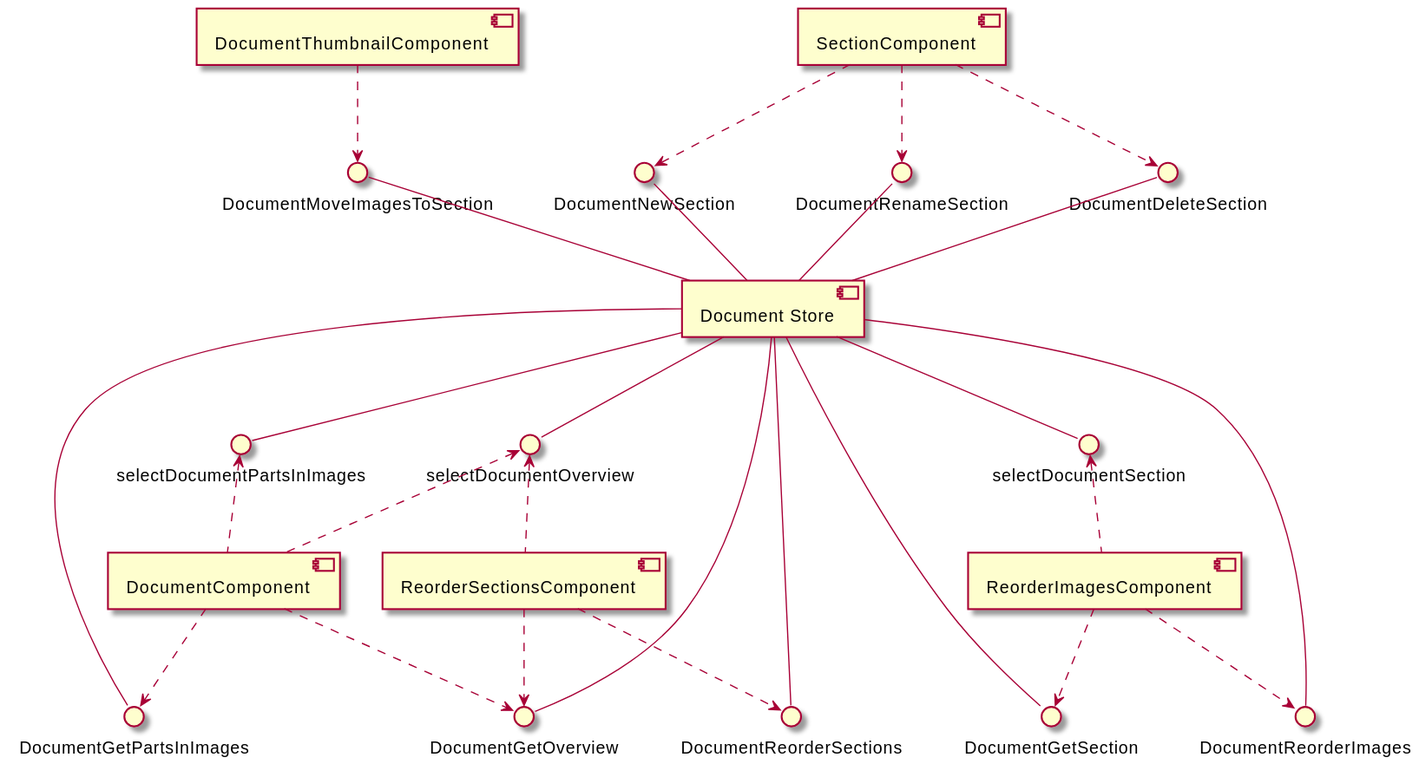
Above: documentation/out/puml/angular/document_store_component.svg in HISPAMUS/muret (PlantUML), before the change.
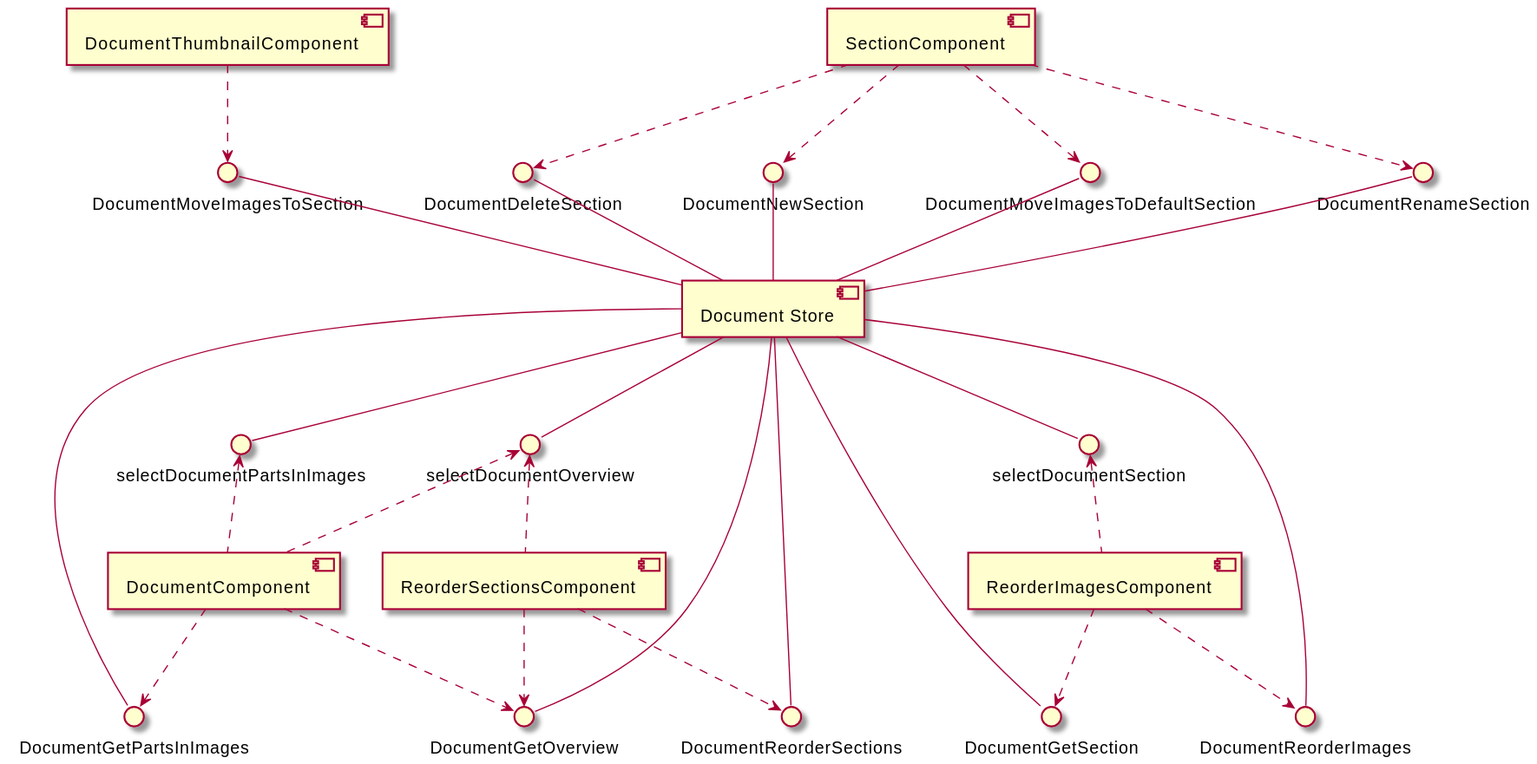
After the change.

Change to the diagram source:
```diff
@@ -3,12 +3,14 @@
     DocumentGetOverview -- [Document Store]
     DocumentMoveImagesToSection -- [Document Store]
     DocumentNewSection -- [Document Store]
+    DocumentMoveImagesToDefaultSection -- [Document Store]
     DocumentRenameSection -- [Document Store]
     DocumentDeleteSection -- [Document Store]
     DocumentReorderSections -- [Document Store]
     DocumentGetSection -- [Document Store]
     DocumentReorderImages -- [Document Store]
     DocumentGetPartsInImages -- [Document Store]
+
 
     [Document Store] -- selectDocumentOverview
     [Document Store] -- selectDocumentSection
@@ -25,6 +27,7 @@
     [ReorderImagesComponent] ..> DocumentGetSection
     [ReorderImagesComponent] ..> DocumentReorderImages
     [DocumentComponent] ..> DocumentGetPartsInImages
+    [SectionComponent] ..> DocumentMoveImagesToDefaultSection
 
     selectDocumentOverview <.. [DocumentComponent]
     selectDocumentOverview <.. [ReorderSectionsComponent]
```
